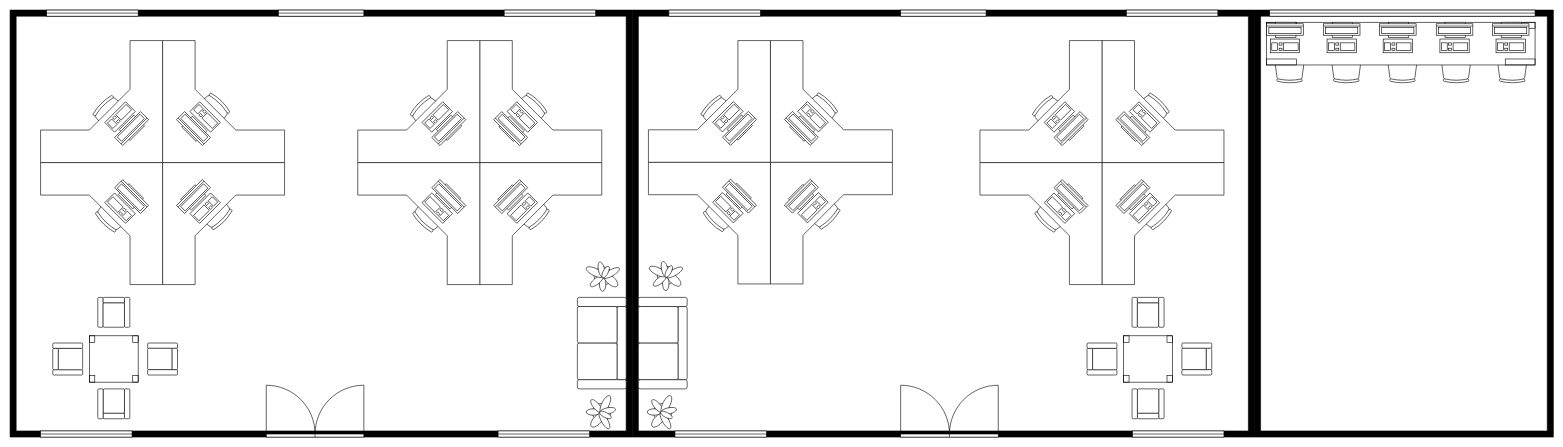
Earlier version of the draw.io diagram АТБ офис.drawio (Gleb-hub/-). Source tidied: cells renumbered, new cells numbered last; positions are measured from the earlier drawing's top-left corner, leaving out a move shared by most shapes. Both pictures are drawn from the tidied source at 61%, with x=0, y=0 at pixel (10, -9).
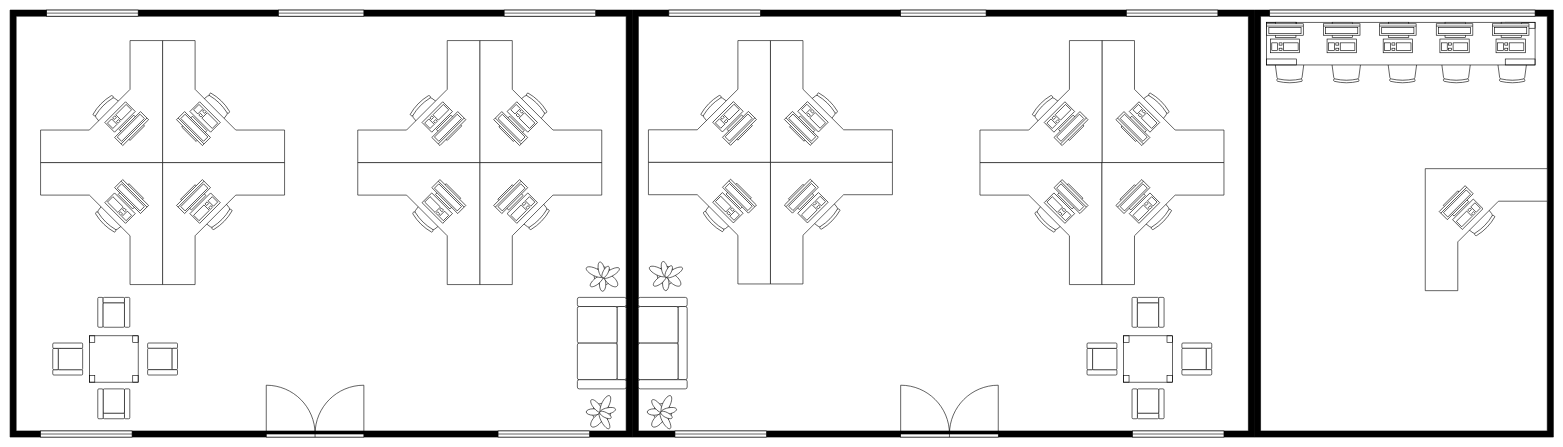
After the change.

Unchanged cells that the change refers to:
```xml
<mxCell id="44" style="group;" parent="43" vertex="1">
  <mxGeometry x="570" y="80" width="400" height="400" as="geometry" />
</mxCell>
```

What changed in the source:
```diff
@@
-    <mxCell id="45" style="verticalLabelPosition=bottom;html=1;verticalAlign=top;align=center;shape=mxgraph.floorplan.desk_corner;" parent="44" vertex="1">
-      <mxGeometry x="200" y="200" width="200" height="200" as="geometry" />
-    </mxCell>
@@
+    <mxCell id="52" style="verticalLabelPosition=bottom;html=1;verticalAlign=top;align=center;shape=mxgraph.floorplan.workstation;rotation=315;flipV=0;flipH=0;direction=north;" parent="44" vertex="1">
+      <mxGeometry x="235" y="105" width="50" height="60" as="geometry" />
+    </mxCell>
+    <mxCell id="85" style="group;" parent="44" vertex="1">
+      <mxGeometry x="200" y="200" width="200" height="200" as="geometry" />
+    </mxCell>
+    <mxCell id="45" style="verticalLabelPosition=bottom;html=1;verticalAlign=top;align=center;shape=mxgraph.floorplan.desk_corner;" parent="85" vertex="1">
+      <mxGeometry width="200" height="200" as="geometry" />
+    </mxCell>
-    <mxCell id="51" style="verticalLabelPosition=bottom;html=1;verticalAlign=top;align=center;shape=mxgraph.floorplan.workstation;rotation=315;flipV=0;flipH=0;" parent="44" vertex="1">
-      <mxGeometry x="230" y="240" width="60" height="50" as="geometry" />
+    <mxCell id="51" style="verticalLabelPosition=bottom;html=1;verticalAlign=top;align=center;shape=mxgraph.floorplan.workstation;rotation=315;flipV=0;flipH=0;" parent="85" vertex="1">
+      <mxGeometry x="30" y="40" width="60" height="50" as="geometry" />
     </mxCell>
-    <mxCell id="52" style="verticalLabelPosition=bottom;html=1;verticalAlign=top;align=center;shape=mxgraph.floorplan.workstation;rotation=315;flipV=0;flipH=0;direction=north;" parent="44" vertex="1">
-      <mxGeometry x="235" y="105" width="50" height="60" as="geometry" />
-    </mxCell>
@@
+    <mxCell id="86" style="group;" parent="1" vertex="1">
+      <mxGeometry x="2320" y="290" width="200" height="200" as="geometry" />
+    </mxCell>
+    <mxCell id="87" style="verticalLabelPosition=bottom;html=1;verticalAlign=top;align=center;shape=mxgraph.floorplan.desk_corner;" parent="86" vertex="1">
+      <mxGeometry width="200" height="200" as="geometry" />
+    </mxCell>
+    <mxCell id="88" style="verticalLabelPosition=bottom;html=1;verticalAlign=top;align=center;shape=mxgraph.floorplan.workstation;rotation=315;flipV=0;flipH=0;" parent="86" vertex="1">
+      <mxGeometry x="30" y="40" width="60" height="50" as="geometry" />
+    </mxCell>
```
